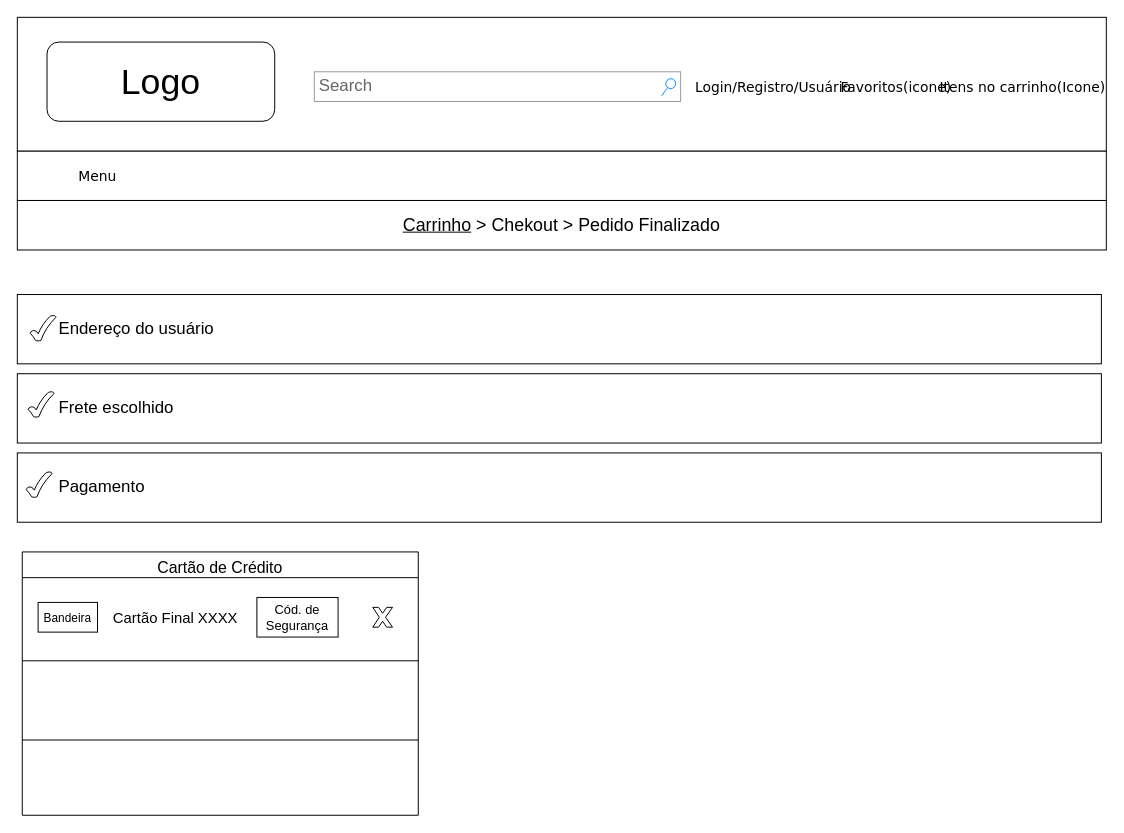
Above: page "7.1 Pagamento" (15 of 16) of wireframe.drawio in pdaambrosio/dh_group_5 (draw.io), before the change. Source tidied: cells renumbered, new cells numbered last; positions are measured from the earlier drawing's top-left corner, leaving out a move shared by most shapes. Both pictures are drawn from the tidied source at 99%, with x=0, y=0 at pixel (17, 17).
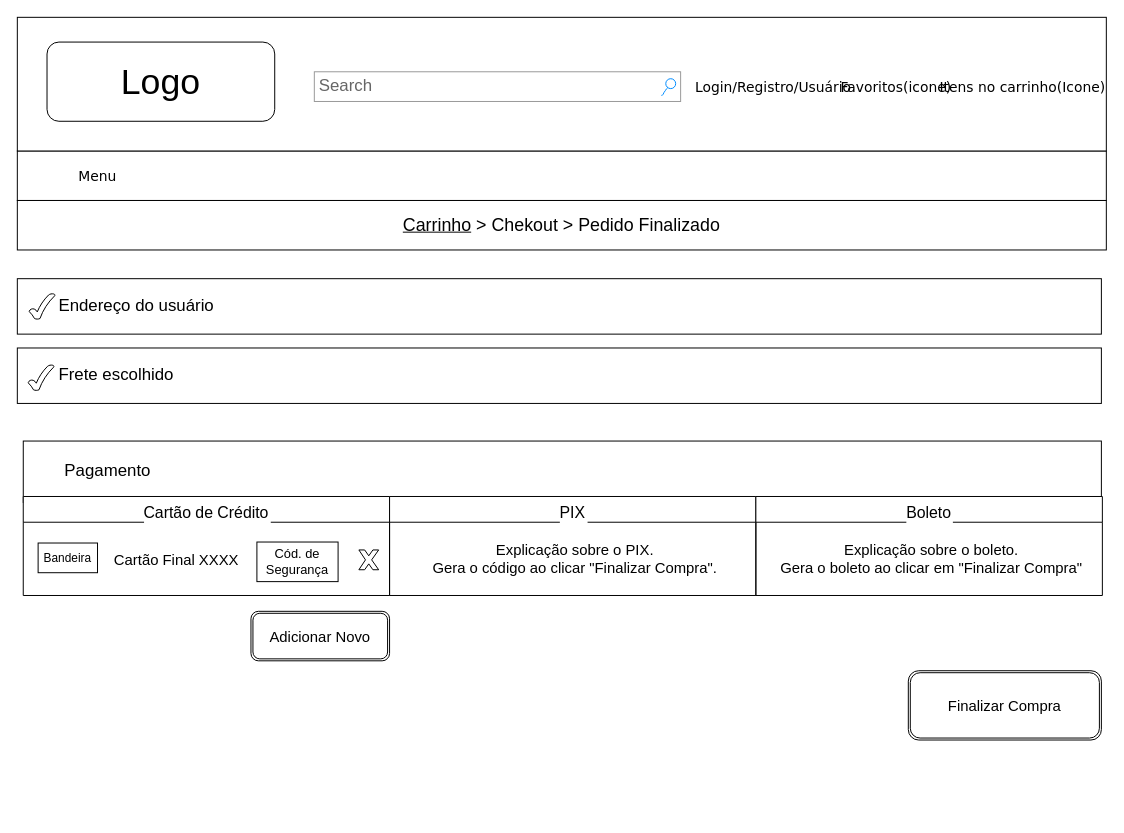
The same page after the edit.

Diff of the diagram source:
```diff
@@
     <mxCell id="11" value="&lt;blockquote style=&quot;margin: 0 0 0 40px ; border: none ; padding: 0px&quot;&gt;&lt;font style=&quot;font-size: 17px&quot;&gt;Endereço do usuário&lt;/font&gt;&lt;/blockquote&gt;" style="rounded=0;whiteSpace=wrap;html=1;align=left;" parent="1" vertex="1">
-      <mxGeometry y="280" width="1095" height="70" as="geometry" />
+      <mxGeometry y="264" width="1095" height="56" as="geometry" />
     </mxCell>
     <mxCell id="12" value="&lt;blockquote style=&quot;margin: 0 0 0 40px ; border: none ; padding: 0px&quot;&gt;&lt;font style=&quot;font-size: 17px&quot;&gt;Frete escolhido&lt;/font&gt;&lt;/blockquote&gt;" style="rounded=0;whiteSpace=wrap;html=1;align=left;" parent="1" vertex="1">
-      <mxGeometry y="360" width="1095" height="70" as="geometry" />
+      <mxGeometry y="334" width="1095" height="56" as="geometry" />
     </mxCell>
     <mxCell id="13" value="&lt;blockquote style=&quot;margin: 0 0 0 40px ; border: none ; padding: 0px&quot;&gt;&lt;font style=&quot;font-size: 17px&quot;&gt;Pagamento&lt;/font&gt;&lt;/blockquote&gt;" style="rounded=0;whiteSpace=wrap;html=1;align=left;" parent="1" vertex="1">
-      <mxGeometry y="440" width="1095" height="70" as="geometry" />
+      <mxGeometry x="6" y="428" width="1089" height="62" as="geometry" />
     </mxCell>
-    <mxCell id="14" value="Cartão de Crédito" style="swimlane;fontStyle=0;align=center;verticalAlign=top;horizontal=1;startSize=26;fontSize=16;" parent="1" vertex="1">
-      <mxGeometry x="5" y="540" width="400" height="266" as="geometry" />
-    </mxCell>
-    <mxCell id="15" value="Cartão Final XXXX" style="text;strokeColor=none;fillColor=none;align=left;verticalAlign=middle;spacingLeft=90;spacingRight=4;overflow=hidden;fontSize=15;labelBackgroundColor=none;" parent="14" vertex="1">
-      <mxGeometry y="26" width="400" height="80" as="geometry" />
-    </mxCell>
-    <mxCell id="16" style="line;strokeWidth=1;fillColor=none;align=left;verticalAlign=middle;spacingTop=-1;spacingLeft=3;spacingRight=3;labelPosition=right;" parent="14" vertex="1">
-      <mxGeometry y="106" width="400" height="8" as="geometry" />
-    </mxCell>
-    <mxCell id="17" style="line;strokeWidth=1;fillColor=none;align=left;verticalAlign=middle;spacingTop=-1;spacingLeft=3;spacingRight=3;labelPosition=right;" parent="14" vertex="1">
-      <mxGeometry y="114" width="400" height="152" as="geometry" />
-    </mxCell>
     <mxCell id="18" value="Cód. de &lt;br&gt;Segurança" style="whiteSpace=wrap;html=1;labelBackgroundColor=none;fontSize=13;align=center;" parent="1" vertex="1">
-      <mxGeometry x="242" y="586" width="82" height="40" as="geometry" />
+      <mxGeometry x="242" y="530" width="82" height="40" as="geometry" />
     </mxCell>
     <mxCell id="19" value="&lt;font style=&quot;font-size: 12px&quot;&gt;Bandeira&lt;/font&gt;" style="whiteSpace=wrap;html=1;labelBackgroundColor=none;fontSize=17;align=center;" parent="1" vertex="1">
-      <mxGeometry x="21" y="591" width="60" height="30" as="geometry" />
+      <mxGeometry x="21" y="531" width="60" height="30" as="geometry" />
     </mxCell>
     <mxCell id="20" style="verticalLabelPosition=bottom;verticalAlign=top;html=1;shape=mxgraph.basic.x;labelBackgroundColor=none;fontSize=15;align=left;" parent="1" vertex="1">
-      <mxGeometry x="359" y="596" width="20" height="20" as="geometry" />
+      <mxGeometry x="345" y="538" width="20" height="20" as="geometry" />
     </mxCell>
-    <mxCell id="21" style="verticalLabelPosition=bottom;verticalAlign=top;html=1;shape=mxgraph.basic.tick;labelBackgroundColor=none;fontSize=15;align=left;" parent="1" vertex="1">
-      <mxGeometry x="9" y="459" width="26" height="26" as="geometry" />
-    </mxCell>
     <mxCell id="22" style="verticalLabelPosition=bottom;verticalAlign=top;html=1;shape=mxgraph.basic.tick;labelBackgroundColor=none;fontSize=15;align=left;" parent="1" vertex="1">
-      <mxGeometry x="11" y="378" width="26" height="26" as="geometry" />
+      <mxGeometry x="11" y="351" width="26" height="26" as="geometry" />
     </mxCell>
     <mxCell id="23" style="verticalLabelPosition=bottom;verticalAlign=top;html=1;shape=mxgraph.basic.tick;labelBackgroundColor=none;fontSize=15;align=left;" parent="1" vertex="1">
-      <mxGeometry x="13" y="301" width="26" height="26" as="geometry" />
+      <mxGeometry x="12" y="279" width="26" height="26" as="geometry" />
     </mxCell>
+    <mxCell id="14" value="Cartão de Crédito" style="swimlane;fontStyle=0;align=center;verticalAlign=top;horizontal=1;startSize=26;fontSize=16;labelBackgroundColor=#FFFFFF;" parent="1" vertex="1">
+      <mxGeometry x="6" y="484" width="370" height="100" as="geometry" />
+    </mxCell>
+    <mxCell id="15" value="Cartão Final XXXX" style="text;strokeColor=none;fillColor=none;align=left;verticalAlign=middle;spacingLeft=90;spacingRight=4;overflow=hidden;fontSize=15;labelBackgroundColor=none;" parent="14" vertex="1">
+      <mxGeometry y="26" width="370" height="74" as="geometry" />
+    </mxCell>
+    <mxCell id="24" style="edgeStyle=orthogonalEdgeStyle;rounded=0;orthogonalLoop=1;jettySize=auto;html=1;exitX=0.5;exitY=1;exitDx=0;exitDy=0;fontSize=15;" parent="1" edge="1" source="13" target="13">
+      <mxGeometry relative="1" as="geometry" />
+    </mxCell>
+    <mxCell id="25" value="Adicionar Novo" style="shape=ext;double=1;rounded=1;whiteSpace=wrap;html=1;labelBackgroundColor=#FFFFFF;fontSize=15;align=center;" parent="1" vertex="1">
+      <mxGeometry x="236" y="600" width="140" height="50" as="geometry" />
+    </mxCell>
+    <mxCell id="26" value="PIX" style="swimlane;fontStyle=0;align=center;verticalAlign=top;horizontal=1;startSize=26;fontSize=16;labelBackgroundColor=#FFFFFF;" parent="1" vertex="1">
+      <mxGeometry x="376" y="484" width="370" height="100" as="geometry" />
+    </mxCell>
+    <mxCell id="27" value="Explicação sobre o PIX.&lt;br&gt;Gera o código ao clicar &quot;Finalizar Compra&quot;." style="text;whiteSpace=wrap;html=1;fontSize=15;spacingLeft=5;align=center;verticalAlign=middle;" parent="26" vertex="1">
+      <mxGeometry y="26" width="370" height="74" as="geometry" />
+    </mxCell>
+    <mxCell id="28" value="Boleto" style="swimlane;fontStyle=0;align=center;verticalAlign=top;horizontal=1;startSize=26;fontSize=16;labelBackgroundColor=#FFFFFF;" parent="1" vertex="1">
+      <mxGeometry x="746" y="484" width="350" height="100" as="geometry" />
+    </mxCell>
+    <mxCell id="29" value="Explicação sobre o boleto.&lt;br&gt;Gera o boleto ao clicar em &quot;Finalizar Compra&quot;" style="text;whiteSpace=wrap;html=1;fontSize=15;spacingLeft=5;align=center;verticalAlign=middle;" parent="28" vertex="1">
+      <mxGeometry y="26" width="350" height="74" as="geometry" />
+    </mxCell>
+    <mxCell id="30" value="Finalizar Compra" style="shape=ext;double=1;rounded=1;whiteSpace=wrap;html=1;labelBackgroundColor=#FFFFFF;fontSize=15;align=center;" parent="1" vertex="1">
+      <mxGeometry x="900" y="660" width="195" height="70" as="geometry" />
+    </mxCell>
```
